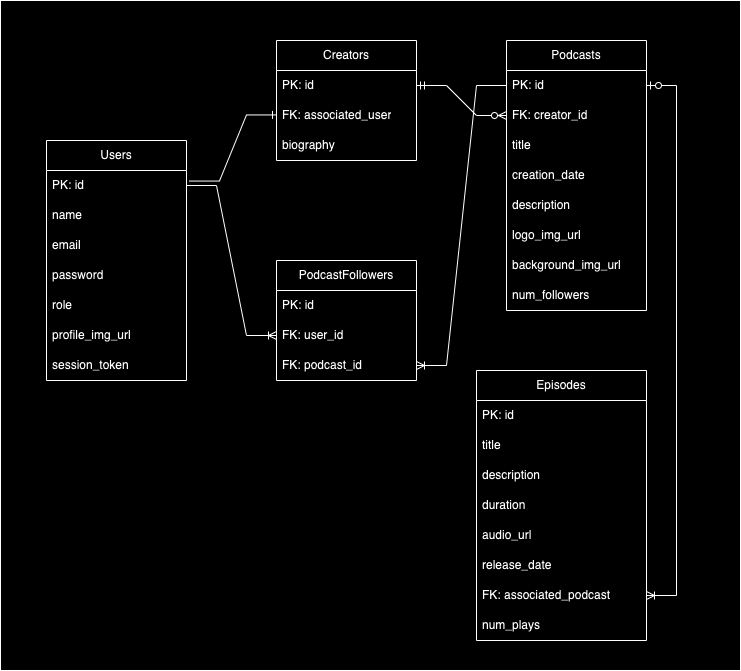
Before: diagrams/db_diagram.png, a diagram exported from draw.io (Francsy/fastify-rest-api-crud). Source tidied: cells renumbered, new cells last; positions are measured from the earlier drawing's top-left corner, leaving out a move shared by most shapes.
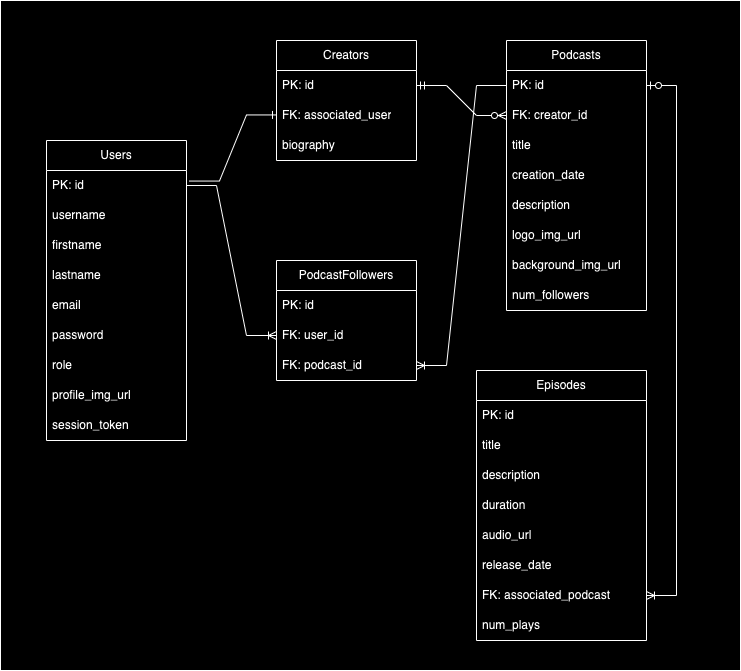
The same diagram one commit later.

Commit message:
update/diagram sketch

What changed in the source:
```diff
@@ -6,28 +6,34 @@
       <mxGeometry width="740" height="670" as="geometry" />
     </mxCell>
     <mxCell id="3" value="Users" style="swimlane;fontStyle=0;horizontal=1;startSize=30;whiteSpace=wrap;html=1;" parent="1" vertex="1">
-      <mxGeometry x="46" y="140" width="140" height="240" as="geometry" />
+      <mxGeometry x="46" y="140" width="140" height="300" as="geometry" />
     </mxCell>
     <mxCell id="4" value="PK: id" style="text;strokeColor=none;fillColor=none;align=left;verticalAlign=middle;spacingLeft=4;spacingRight=4;overflow=hidden;points=[[0,0.5],[1,0.5]];portConstraint=eastwest;whiteSpace=wrap;html=1;" parent="3" vertex="1">
       <mxGeometry y="30" width="140" height="30" as="geometry" />
     </mxCell>
-    <mxCell id="5" value="name" style="text;strokeColor=none;fillColor=none;align=left;verticalAlign=middle;spacingLeft=4;spacingRight=4;overflow=hidden;whiteSpace=wrap;html=1;" parent="3" vertex="1">
+    <mxCell id="5" value="username" style="text;strokeColor=none;fillColor=none;align=left;verticalAlign=middle;spacingLeft=4;spacingRight=4;overflow=hidden;whiteSpace=wrap;html=1;" parent="3" vertex="1">
       <mxGeometry y="60" width="140" height="30" as="geometry" />
     </mxCell>
+    <mxCell id="42" value="firstname" style="text;strokeColor=none;fillColor=none;align=left;verticalAlign=middle;spacingLeft=4;spacingRight=4;overflow=hidden;whiteSpace=wrap;html=1;" parent="3" vertex="1">
+      <mxGeometry y="90" width="140" height="30" as="geometry" />
+    </mxCell>
+    <mxCell id="43" value="lastname" style="text;strokeColor=none;fillColor=none;align=left;verticalAlign=middle;spacingLeft=4;spacingRight=4;overflow=hidden;whiteSpace=wrap;html=1;" parent="3" vertex="1">
+      <mxGeometry y="120" width="140" height="30" as="geometry" />
+    </mxCell>
     <mxCell id="6" value="email" style="text;strokeColor=none;fillColor=none;align=left;verticalAlign=middle;spacingLeft=4;spacingRight=4;overflow=hidden;whiteSpace=wrap;html=1;" parent="3" vertex="1">
-      <mxGeometry y="90" width="140" height="30" as="geometry" />
+      <mxGeometry y="150" width="140" height="30" as="geometry" />
     </mxCell>
     <mxCell id="7" value="password" style="text;strokeColor=none;fillColor=none;align=left;verticalAlign=middle;spacingLeft=4;spacingRight=4;overflow=hidden;whiteSpace=wrap;html=1;" parent="3" vertex="1">
-      <mxGeometry y="120" width="140" height="30" as="geometry" />
+      <mxGeometry y="180" width="140" height="30" as="geometry" />
     </mxCell>
     <mxCell id="8" value="role" style="text;strokeColor=none;fillColor=none;align=left;verticalAlign=middle;spacingLeft=4;spacingRight=4;overflow=hidden;whiteSpace=wrap;html=1;" parent="3" vertex="1">
-      <mxGeometry y="150" width="140" height="30" as="geometry" />
+      <mxGeometry y="210" width="140" height="30" as="geometry" />
     </mxCell>
     <mxCell id="9" value="profile_img_url" style="text;strokeColor=none;fillColor=none;align=left;verticalAlign=middle;spacingLeft=4;spacingRight=4;overflow=hidden;whiteSpace=wrap;html=1;" parent="3" vertex="1">
-      <mxGeometry y="180" width="140" height="30" as="geometry" />
+      <mxGeometry y="240" width="140" height="30" as="geometry" />
     </mxCell>
     <mxCell id="10" value="session_token" style="text;strokeColor=none;fillColor=none;align=left;verticalAlign=middle;spacingLeft=4;spacingRight=4;overflow=hidden;whiteSpace=wrap;html=1;" parent="3" vertex="1">
-      <mxGeometry y="210" width="140" height="30" as="geometry" />
+      <mxGeometry y="270" width="140" height="30" as="geometry" />
     </mxCell>
     <mxCell id="11" value="Creators" style="swimlane;fontStyle=0;horizontal=1;startSize=30;whiteSpace=wrap;html=1;" parent="1" vertex="1">
       <mxGeometry x="276" y="40" width="140" height="120" as="geometry" />
```
